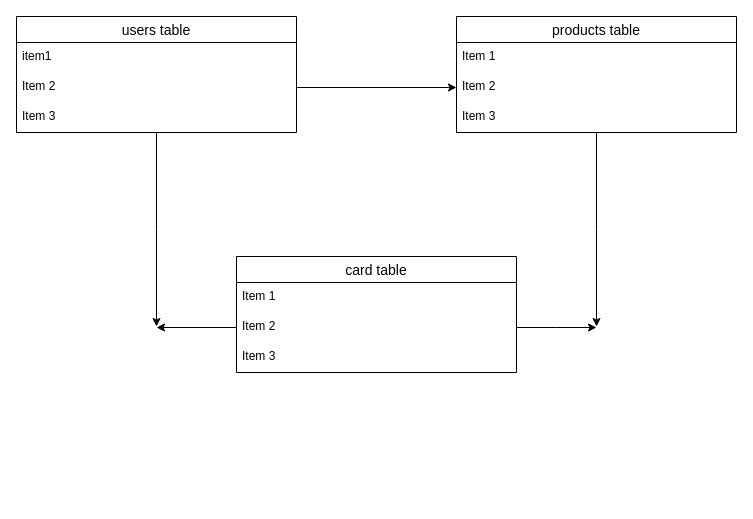
Earlier version of the draw.io diagram frima.dio (good39original/frima-35791-2). Source tidied: cells renumbered, new cells numbered last; positions are measured from the earlier drawing's top-left corner, leaving out a move shared by most shapes. Both pictures are drawn from the tidied source at 100%, with x=0, y=0 at pixel (16, 16).
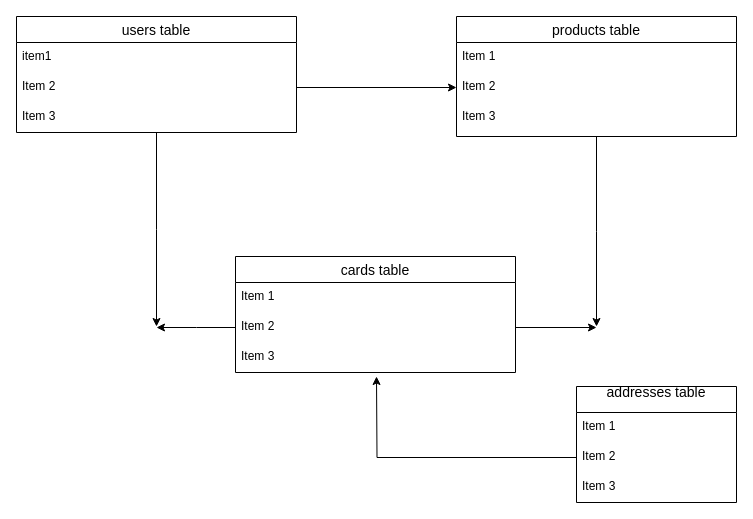
Above is the later version.

Unchanged cells that the change refers to:
```xml
<mxCell id="3" value="users table" style="swimlane;fontStyle=0;horizontal=1;startSize=26;align=center;fontSize=14;" parent="1" vertex="1">
  <mxGeometry width="280" height="116" as="geometry" />
</mxCell>
<mxCell id="14" value="Item 2" style="text;strokeColor=none;fillColor=none;spacingLeft=4;spacingRight=4;overflow=hidden;points=[[0,0.5],[1,0.5]];portConstraint=eastwest;fontSize=12;" parent="12" vertex="1">
  <mxGeometry y="56" width="280" height="30" as="geometry" />
</mxCell>
```

What changed in the source:
```diff
@@
-    <mxCell id="2" style="edgeStyle=orthogonalEdgeStyle;rounded=0;jettySize=auto;html=1;" parent="1" edge="1" source="3">
-      <mxGeometry relative="1" as="geometry">
-        <mxPoint x="140" y="310" as="targetPoint" />
-      </mxGeometry>
-    </mxCell>
+    <mxCell id="19" style="edgeStyle=orthogonalEdgeStyle;rounded=0;jettySize=auto;html=1;" parent="1" edge="1" source="3">
+      <mxGeometry relative="1" as="geometry">
+        <mxPoint x="140" y="310" as="targetPoint" />
+      </mxGeometry>
+    </mxCell>
@@
-    <mxCell id="7" style="edgeStyle=orthogonalEdgeStyle;rounded=0;jettySize=auto;html=1;" parent="1" edge="1" source="8">
-      <mxGeometry relative="1" as="geometry">
-        <mxPoint x="580" y="310" as="targetPoint" />
-      </mxGeometry>
-    </mxCell>
+    <mxCell id="20" style="edgeStyle=orthogonalEdgeStyle;rounded=0;jettySize=auto;html=1;" parent="1" edge="1" source="8">
+      <mxGeometry relative="1" as="geometry">
+        <mxPoint x="580" y="310" as="targetPoint" />
+      </mxGeometry>
+    </mxCell>
     <mxCell id="8" value="products table" style="swimlane;fontStyle=0;horizontal=1;startSize=26;align=center;fontSize=14;" parent="1" vertex="1">
-      <mxGeometry x="440" width="280" height="116" as="geometry" />
+      <mxGeometry x="440" width="280" height="120" as="geometry" />
     </mxCell>
@@
     <mxCell id="11" value="Item 3" style="text;strokeColor=none;fillColor=none;spacingLeft=4;spacingRight=4;overflow=hidden;fontSize=12;" parent="8" vertex="1">
-      <mxGeometry y="86" width="280" height="30" as="geometry" />
+      <mxGeometry y="86" width="280" height="34" as="geometry" />
     </mxCell>
-    <mxCell id="12" value="card table" style="swimlane;fontStyle=0;horizontal=1;startSize=26;align=center;fontSize=14;" parent="1" vertex="1">
-      <mxGeometry x="220" y="240" width="280" height="116" as="geometry" />
+    <mxCell id="12" value="cards table" style="swimlane;fontStyle=0;horizontal=1;startSize=26;align=center;fontSize=14;" parent="1" vertex="1">
+      <mxGeometry x="219" y="240" width="280" height="116" as="geometry" />
     </mxCell>
@@
-    <mxCell id="16" style="edgeStyle=orthogonalEdgeStyle;rounded=0;jettySize=auto;html=1;exitX=0;exitY=0.5;exitDx=0;exitDy=0;" parent="1" edge="1" source="14">
-      <mxGeometry relative="1" as="geometry">
-        <mxPoint x="140" y="311" as="targetPoint" />
-      </mxGeometry>
-    </mxCell>
@@
+    <mxCell id="21" value="addresses table&#10;" style="swimlane;fontStyle=0;horizontal=1;startSize=26;align=center;fontSize=14;" parent="1" vertex="1">
+      <mxGeometry x="560" y="370" width="160" height="116" as="geometry" />
+    </mxCell>
+    <mxCell id="22" value="Item 1" style="text;strokeColor=none;fillColor=none;spacingLeft=4;spacingRight=4;overflow=hidden;fontSize=12;" parent="21" vertex="1">
+      <mxGeometry y="26" width="160" height="30" as="geometry" />
+    </mxCell>
+    <mxCell id="23" value="Item 2" style="text;strokeColor=none;fillColor=none;spacingLeft=4;spacingRight=4;overflow=hidden;points=[[0,0.5],[1,0.5]];portConstraint=eastwest;fontSize=12;" parent="21" vertex="1">
+      <mxGeometry y="56" width="160" height="30" as="geometry" />
+    </mxCell>
+    <mxCell id="24" value="Item 3" style="text;strokeColor=none;fillColor=none;spacingLeft=4;spacingRight=4;overflow=hidden;fontSize=12;" parent="21" vertex="1">
+      <mxGeometry y="86" width="160" height="30" as="geometry" />
+    </mxCell>
+    <mxCell id="25" style="edgeStyle=orthogonalEdgeStyle;rounded=0;jettySize=auto;html=1;exitX=0;exitY=0.5;exitDx=0;exitDy=0;" parent="1" edge="1" source="14">
+      <mxGeometry relative="1" as="geometry">
+        <mxPoint x="140" y="311" as="targetPoint" />
+      </mxGeometry>
+    </mxCell>
+    <mxCell id="26" style="edgeStyle=orthogonalEdgeStyle;rounded=0;jettySize=auto;html=1;exitX=0;exitY=0.5;exitDx=0;exitDy=0;" parent="1" edge="1" source="23">
+      <mxGeometry relative="1" as="geometry">
+        <mxPoint x="360" y="360" as="targetPoint" />
+      </mxGeometry>
+    </mxCell>
```
